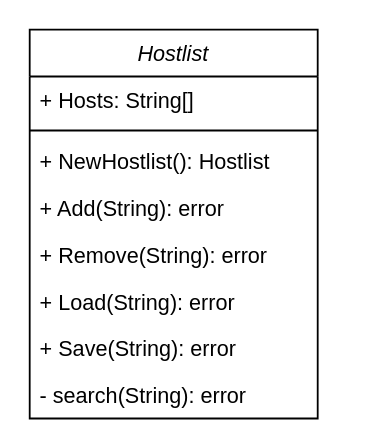
Above: Unbenanntes Diagramm.drawio in soner3/net-scan (draw.io), before the change. Source tidied: cells renumbered, new cells numbered last; positions are measured from the earlier drawing's top-left corner, leaving out a move shared by most shapes. Both pictures are drawn from the tidied source at 180%, with x=0, y=0 at pixel (29, 29).
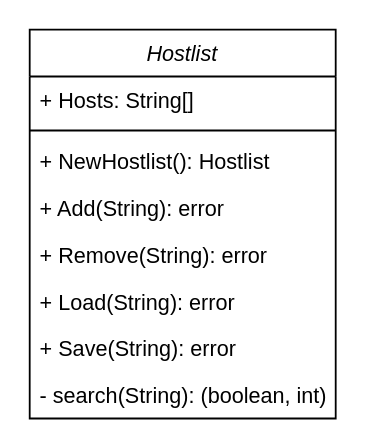
The same page after the edit.

Diff of the diagram source:
```diff
@@
 <mxGraphModel>
   <root>
     <mxCell id="0" />
     <mxCell id="1" parent="0" />
     <mxCell id="2" value="Hostlist" style="swimlane;fontStyle=2;align=center;verticalAlign=top;horizontal=1;startSize=26;rounded=0;shadow=0;strokeWidth=1;" parent="1" vertex="1">
-      <mxGeometry width="160" height="216" as="geometry" />
+      <mxGeometry width="170" height="216" as="geometry" />
     </mxCell>
     <mxCell id="3" value="+ Hosts: String[]" style="text;align=left;verticalAlign=top;spacingLeft=4;spacingRight=4;overflow=hidden;" parent="2" vertex="1">
-      <mxGeometry y="26" width="160" height="26" as="geometry" />
+      <mxGeometry y="26" width="170" height="26" as="geometry" />
     </mxCell>
     <mxCell id="4" style="line;html=1;strokeWidth=1;align=left;verticalAlign=middle;spacingTop=-1;spacingLeft=3;spacingRight=3;labelPosition=right;" parent="2" vertex="1">
-      <mxGeometry y="52" width="160" height="8" as="geometry" />
+      <mxGeometry y="52" width="170" height="8" as="geometry" />
     </mxCell>
     <mxCell id="5" value="+ NewHostlist(): Hostlist" style="text;align=left;verticalAlign=top;spacingLeft=4;spacingRight=4;overflow=hidden;" parent="2" vertex="1">
-      <mxGeometry y="60" width="160" height="26" as="geometry" />
+      <mxGeometry y="60" width="170" height="26" as="geometry" />
     </mxCell>
     <mxCell id="6" value="+ Add(String): error" style="text;align=left;verticalAlign=top;spacingLeft=4;spacingRight=4;overflow=hidden;" parent="2" vertex="1">
-      <mxGeometry y="86" width="160" height="26" as="geometry" />
+      <mxGeometry y="86" width="170" height="26" as="geometry" />
     </mxCell>
     <mxCell id="7" value="+ Remove(String): error" style="text;align=left;verticalAlign=top;spacingLeft=4;spacingRight=4;overflow=hidden;" parent="2" vertex="1">
-      <mxGeometry y="112" width="160" height="26" as="geometry" />
+      <mxGeometry y="112" width="170" height="26" as="geometry" />
     </mxCell>
     <mxCell id="8" value="+ Load(String): error" style="text;align=left;verticalAlign=top;spacingLeft=4;spacingRight=4;overflow=hidden;" parent="2" vertex="1">
-      <mxGeometry y="138" width="160" height="26" as="geometry" />
+      <mxGeometry y="138" width="170" height="26" as="geometry" />
     </mxCell>
     <mxCell id="9" value="+ Save(String): error" style="text;align=left;verticalAlign=top;spacingLeft=4;spacingRight=4;overflow=hidden;" parent="2" vertex="1">
-      <mxGeometry y="164" width="160" height="26" as="geometry" />
+      <mxGeometry y="164" width="170" height="26" as="geometry" />
     </mxCell>
-    <mxCell id="10" value="- search(String): error" style="text;align=left;verticalAlign=top;spacingLeft=4;spacingRight=4;overflow=hidden;" parent="2" vertex="1">
-      <mxGeometry y="190" width="160" height="26" as="geometry" />
+    <mxCell id="10" value="- search(String): (boolean, int)" style="text;align=left;verticalAlign=top;spacingLeft=4;spacingRight=4;overflow=hidden;" parent="2" vertex="1">
+      <mxGeometry y="190" width="170" height="26" as="geometry" />
     </mxCell>
   </root>
 </mxGraphModel>
```
